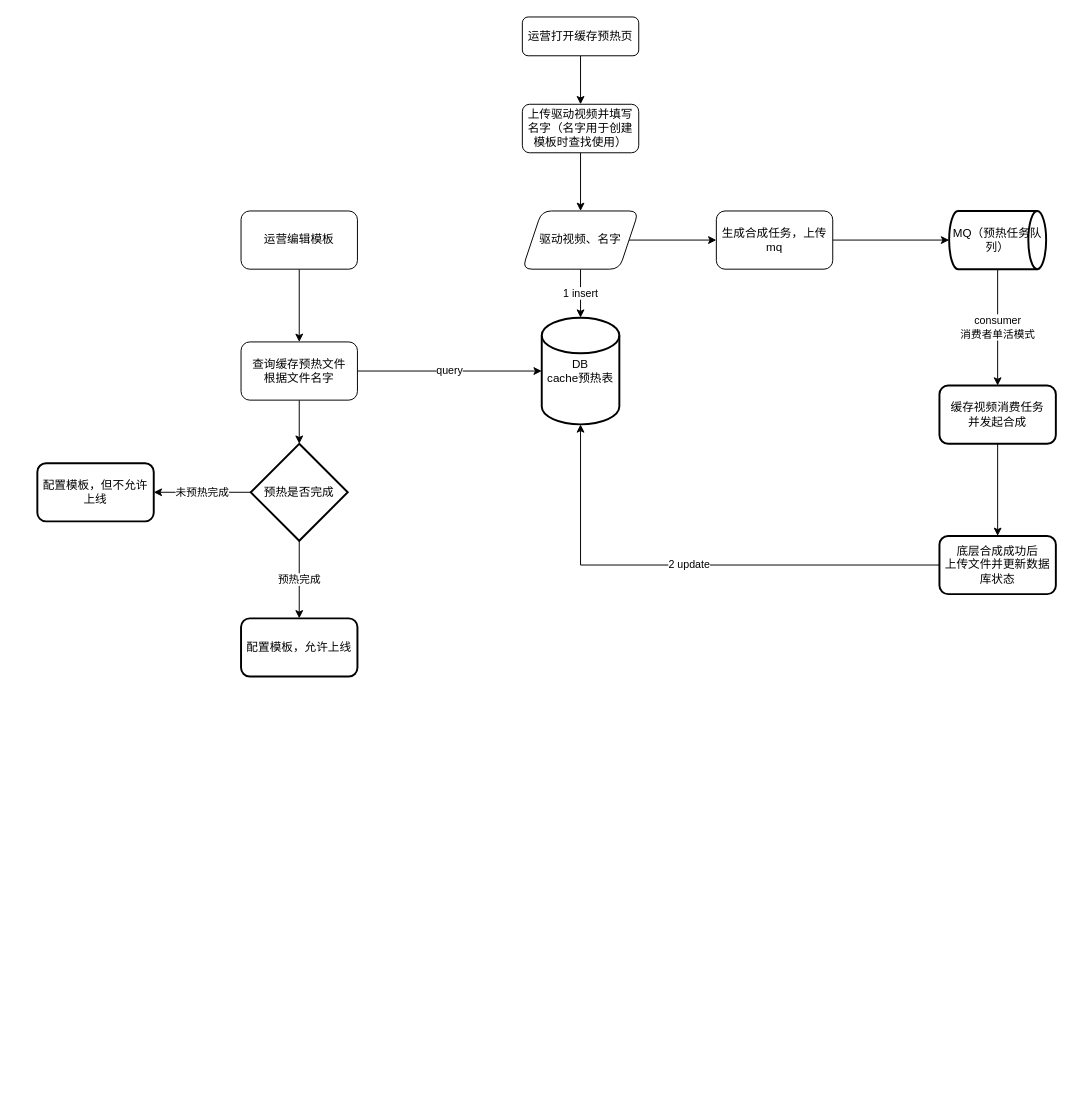
The draw.io diagram 预热缓存流程图.drawio in milletzhu/datasource, before the edit. Source tidied: cells renumbered, new cells numbered last; positions are measured from the earlier drawing's top-left corner, leaving out a move shared by most shapes. Both pictures are drawn from the tidied source at 97%, with x=0, y=0 at pixel (37, 16).
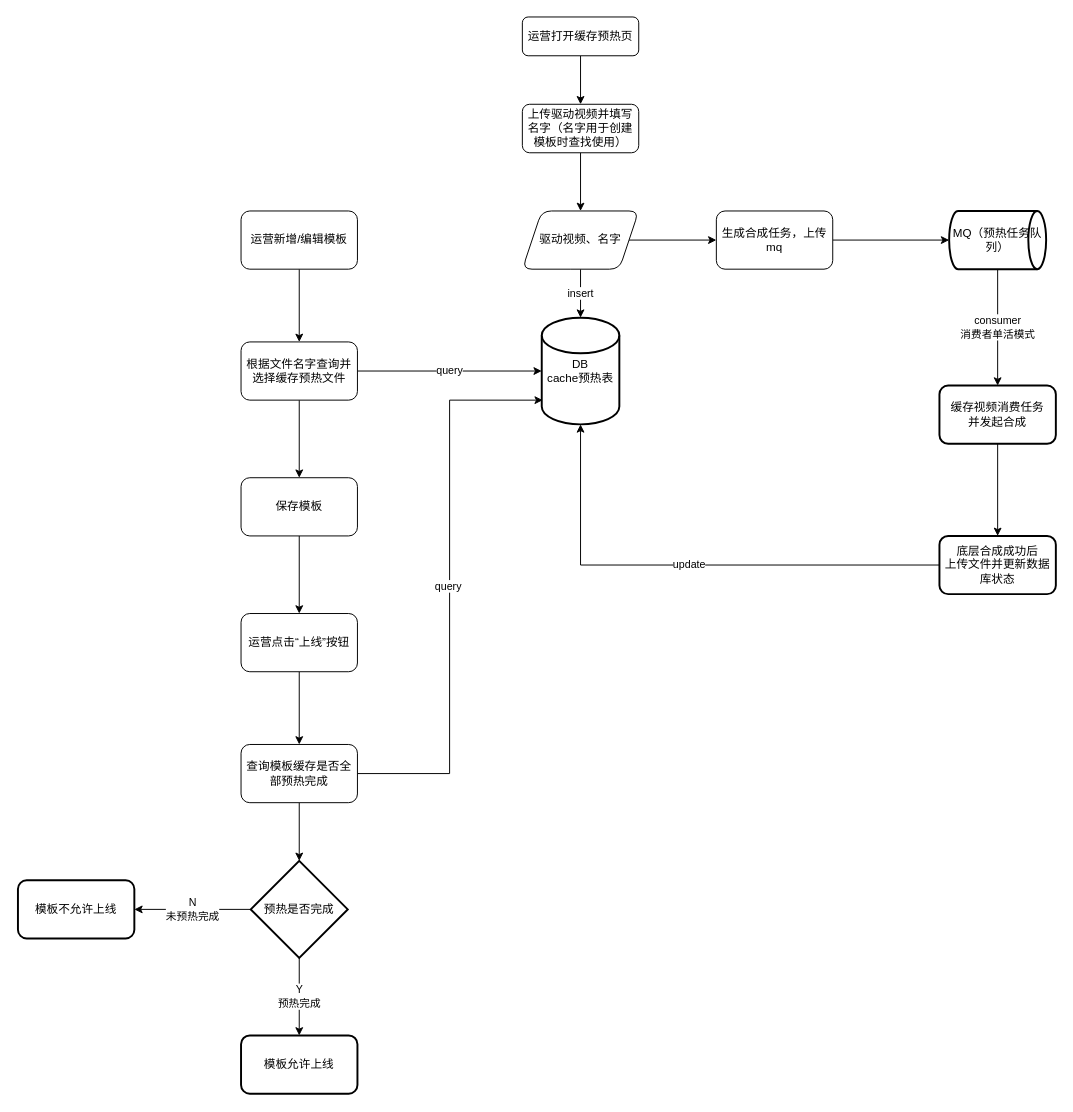
Above is the later version.

Commit message:
更新预热缓存流程图.drawio

Unchanged cells that the change refers to:
```xml
<mxCell id="8" value="驱动视频、名字" style="shape=parallelogram;perimeter=parallelogramPerimeter;whiteSpace=wrap;html=1;fixedSize=1;rounded=1;glass=0;strokeWidth=1;shadow=0;" parent="1" vertex="1">
  <mxGeometry x="500" y="200" width="120" height="60" as="geometry" />
</mxCell>
<mxCell id="9" value="DB&lt;br&gt;cache预热表" style="strokeWidth=2;html=1;shape=mxgraph.flowchart.database;whiteSpace=wrap;" parent="1" vertex="1">
  <mxGeometry x="520" y="310" width="80" height="110" as="geometry" />
</mxCell>
<mxCell id="17" value="底层合成成功后&lt;br&gt;上传文件并更新数据库状态" style="rounded=1;whiteSpace=wrap;html=1;strokeWidth=2;" parent="1" vertex="1">
  <mxGeometry x="930" y="535" width="120" height="60" as="geometry" />
</mxCell>
```

What changed in the source:
```diff
@@
-    <mxCell id="6" value="1 insert" style="edgeStyle=orthogonalEdgeStyle;rounded=0;jettySize=auto;html=1;" parent="1" edge="1" source="8" target="9">
+    <mxCell id="6" value="insert" style="edgeStyle=orthogonalEdgeStyle;rounded=0;jettySize=auto;html=1;" parent="1" edge="1" source="8" target="9">
       <mxGeometry relative="1" as="geometry" />
     </mxCell>
@@
-    <mxCell id="16" value="2 update" style="edgeStyle=orthogonalEdgeStyle;rounded=0;jettySize=auto;html=1;" parent="1" edge="1" source="17" target="9">
+    <mxCell id="16" value="update" style="edgeStyle=orthogonalEdgeStyle;rounded=0;jettySize=auto;html=1;" parent="1" edge="1" source="17" target="9">
       <mxGeometry relative="1" as="geometry" />
     </mxCell>
@@
-    <mxCell id="19" value="运营编辑模板" style="rounded=1;whiteSpace=wrap;html=1;" parent="1" vertex="1">
+    <mxCell id="19" value="运营新增/编辑模板" style="rounded=1;whiteSpace=wrap;html=1;" parent="1" vertex="1">
       <mxGeometry x="210" y="200" width="120" height="60" as="geometry" />
     </mxCell>
@@
-    <mxCell id="21" style="edgeStyle=orthogonalEdgeStyle;rounded=0;jettySize=auto;html=1;" parent="1" edge="1" source="22" target="25">
-      <mxGeometry relative="1" as="geometry" />
-    </mxCell>
+    <mxCell id="28" style="edgeStyle=orthogonalEdgeStyle;rounded=0;jettySize=auto;html=1;" parent="1" edge="1" source="22" target="30">
+      <mxGeometry relative="1" as="geometry" />
+    </mxCell>
-    <mxCell id="22" value="查询缓存预热文件&lt;br&gt;根据文件名字" style="rounded=1;whiteSpace=wrap;html=1;" parent="1" vertex="1">
+    <mxCell id="22" value="根据文件名字查询并选择缓存预热文件" style="rounded=1;whiteSpace=wrap;html=1;" parent="1" vertex="1">
       <mxGeometry x="210" y="335" width="120" height="60" as="geometry" />
     </mxCell>
-    <mxCell id="23" value="未预热完成" style="edgeStyle=orthogonalEdgeStyle;rounded=0;jettySize=auto;html=1;" parent="1" edge="1" source="25" target="26">
+    <mxCell id="23" value="N&lt;br&gt;未预热完成" style="edgeStyle=orthogonalEdgeStyle;rounded=0;jettySize=auto;html=1;" parent="1" edge="1" source="25" target="26">
       <mxGeometry relative="1" as="geometry" />
     </mxCell>
-    <mxCell id="24" value="预热完成" style="edgeStyle=orthogonalEdgeStyle;rounded=0;jettySize=auto;html=1;" parent="1" edge="1" source="25" target="27">
+    <mxCell id="24" value="Y&lt;br&gt;预热完成" style="edgeStyle=orthogonalEdgeStyle;rounded=0;jettySize=auto;html=1;" parent="1" edge="1" source="25" target="27">
       <mxGeometry relative="1" as="geometry" />
     </mxCell>
     <mxCell id="25" value="预热是否完成" style="strokeWidth=2;html=1;shape=mxgraph.flowchart.decision;whiteSpace=wrap;" parent="1" vertex="1">
-      <mxGeometry x="220" y="440" width="100" height="100" as="geometry" />
+      <mxGeometry x="220" y="870" width="100" height="100" as="geometry" />
     </mxCell>
-    <mxCell id="26" value="配置模板，但不允许上线" style="rounded=1;whiteSpace=wrap;html=1;strokeWidth=2;" parent="1" vertex="1">
-      <mxGeometry y="460" width="120" height="60" as="geometry" />
+    <mxCell id="26" value="模板不允许上线" style="rounded=1;whiteSpace=wrap;html=1;strokeWidth=2;" parent="1" vertex="1">
+      <mxGeometry x="-20" y="890" width="120" height="60" as="geometry" />
     </mxCell>
-    <mxCell id="27" value="配置模板，允许上线" style="rounded=1;whiteSpace=wrap;html=1;strokeWidth=2;" parent="1" vertex="1">
-      <mxGeometry x="210" y="620" width="120" height="60" as="geometry" />
+    <mxCell id="27" value="模板允许上线" style="rounded=1;whiteSpace=wrap;html=1;strokeWidth=2;" parent="1" vertex="1">
+      <mxGeometry x="210" y="1050" width="120" height="60" as="geometry" />
     </mxCell>
+    <mxCell id="29" style="edgeStyle=orthogonalEdgeStyle;rounded=0;jettySize=auto;html=1;" parent="1" edge="1" source="30" target="32">
+      <mxGeometry relative="1" as="geometry" />
+    </mxCell>
+    <mxCell id="30" value="保存模板" style="whiteSpace=wrap;html=1;rounded=1;" parent="1" vertex="1">
+      <mxGeometry x="210" y="475" width="120" height="60" as="geometry" />
+    </mxCell>
+    <mxCell id="31" style="edgeStyle=orthogonalEdgeStyle;rounded=0;jettySize=auto;html=1;" parent="1" edge="1" source="32" target="35">
+      <mxGeometry relative="1" as="geometry" />
+    </mxCell>
+    <mxCell id="32" value="运营点击“上线”按钮" style="whiteSpace=wrap;html=1;rounded=1;" parent="1" vertex="1">
+      <mxGeometry x="210" y="615" width="120" height="60" as="geometry" />
+    </mxCell>
+    <mxCell id="33" value="query&amp;nbsp;" style="edgeStyle=orthogonalEdgeStyle;rounded=0;jettySize=auto;html=1;entryX=0.013;entryY=0.773;entryDx=0;entryDy=0;entryPerimeter=0;" parent="1" edge="1" source="35" target="9">
+      <mxGeometry relative="1" as="geometry" />
+    </mxCell>
+    <mxCell id="34" style="edgeStyle=orthogonalEdgeStyle;rounded=0;jettySize=auto;html=1;entryX=0.5;entryY=0;entryDx=0;entryDy=0;entryPerimeter=0;" parent="1" edge="1" source="35" target="25">
+      <mxGeometry relative="1" as="geometry" />
+    </mxCell>
+    <mxCell id="35" value="查询模板缓存是否全部预热完成" style="whiteSpace=wrap;html=1;rounded=1;" parent="1" vertex="1">
+      <mxGeometry x="210" y="750" width="120" height="60" as="geometry" />
+    </mxCell>
```
